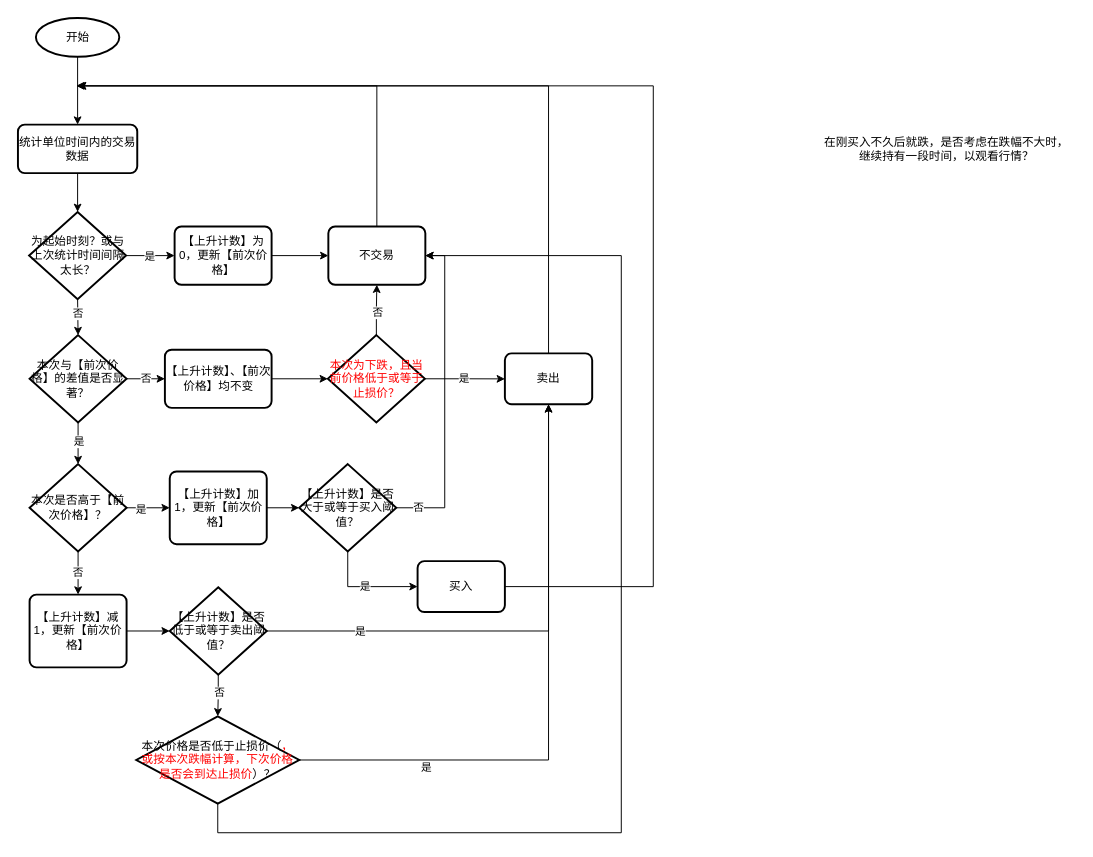
haycheng/draw.io keeps this draw.io diagram as net-count-trading.drawio. Above is the earlier version. Source tidied: cells renumbered, new cells numbered last; positions are measured from the earlier drawing's top-left corner, leaving out a move shared by most shapes. Both pictures are drawn from the tidied source at 97%, with x=0, y=0 at pixel (17, 17).
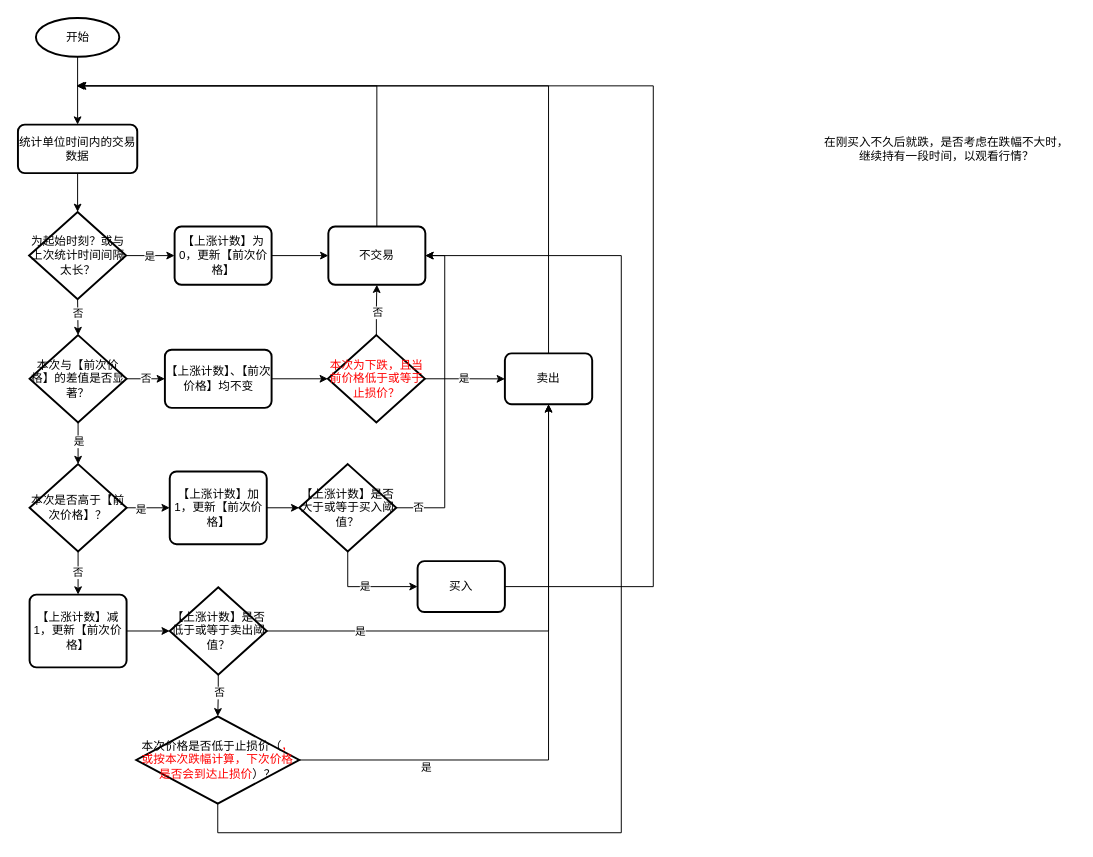
The same page after the edit.

What changed in the source:
```diff
@@
-    <mxCell id="13" value="【上升计数】为0，更新【前次价格】" style="rounded=1;whiteSpace=wrap;html=1;absoluteArcSize=1;arcSize=14;strokeWidth=2;" parent="1" vertex="1">
+    <mxCell id="13" value="【上涨计数】为0，更新【前次价格】" style="rounded=1;whiteSpace=wrap;html=1;absoluteArcSize=1;arcSize=14;strokeWidth=2;" parent="1" vertex="1">
       <mxGeometry x="161.5" y="215" width="100" height="60" as="geometry" />
     </mxCell>
@@
-    <mxCell id="20" value="【上升计数】、【前次价格】均不变" style="rounded=1;whiteSpace=wrap;html=1;absoluteArcSize=1;arcSize=14;strokeWidth=2;" parent="1" vertex="1">
+    <mxCell id="20" value="【上涨计数】、【前次价格】均不变" style="rounded=1;whiteSpace=wrap;html=1;absoluteArcSize=1;arcSize=14;strokeWidth=2;" parent="1" vertex="1">
       <mxGeometry x="151.5" y="342" width="110" height="60" as="geometry" />
     </mxCell>
@@
-    <mxCell id="26" value="【上升计数】加1，更新【前次价格】" style="rounded=1;whiteSpace=wrap;html=1;absoluteArcSize=1;arcSize=14;strokeWidth=2;" parent="1" vertex="1">
+    <mxCell id="26" value="【上涨计数】加1，更新【前次价格】" style="rounded=1;whiteSpace=wrap;html=1;absoluteArcSize=1;arcSize=14;strokeWidth=2;" parent="1" vertex="1">
       <mxGeometry x="156.5" y="467.5" width="100" height="75" as="geometry" />
     </mxCell>
@@
-    <mxCell id="30" value="【上升计数】是否大于或等于买入阈值？" style="strokeWidth=2;html=1;shape=mxgraph.flowchart.decision;whiteSpace=wrap;" parent="1" vertex="1">
+    <mxCell id="30" value="【上涨计数】是否大于或等于买入阈值？" style="strokeWidth=2;html=1;shape=mxgraph.flowchart.decision;whiteSpace=wrap;" parent="1" vertex="1">
       <mxGeometry x="290" y="460" width="100" height="90" as="geometry" />
     </mxCell>
@@
-    <mxCell id="38" value="【上升计数】减1，更新【前次价格】" style="rounded=1;whiteSpace=wrap;html=1;absoluteArcSize=1;arcSize=14;strokeWidth=2;" parent="1" vertex="1">
+    <mxCell id="38" value="【上涨计数】减1，更新【前次价格】" style="rounded=1;whiteSpace=wrap;html=1;absoluteArcSize=1;arcSize=14;strokeWidth=2;" parent="1" vertex="1">
       <mxGeometry x="12" y="594.5" width="100" height="75" as="geometry" />
     </mxCell>
@@
-    <mxCell id="50" value="【上升计数】是否低于或等于卖出阈值？" style="strokeWidth=2;html=1;shape=mxgraph.flowchart.decision;whiteSpace=wrap;" parent="1" vertex="1">
+    <mxCell id="50" value="【上涨计数】是否低于或等于卖出阈值？" style="strokeWidth=2;html=1;shape=mxgraph.flowchart.decision;whiteSpace=wrap;" parent="1" vertex="1">
       <mxGeometry x="156.5" y="587" width="100" height="90" as="geometry" />
     </mxCell>
```
